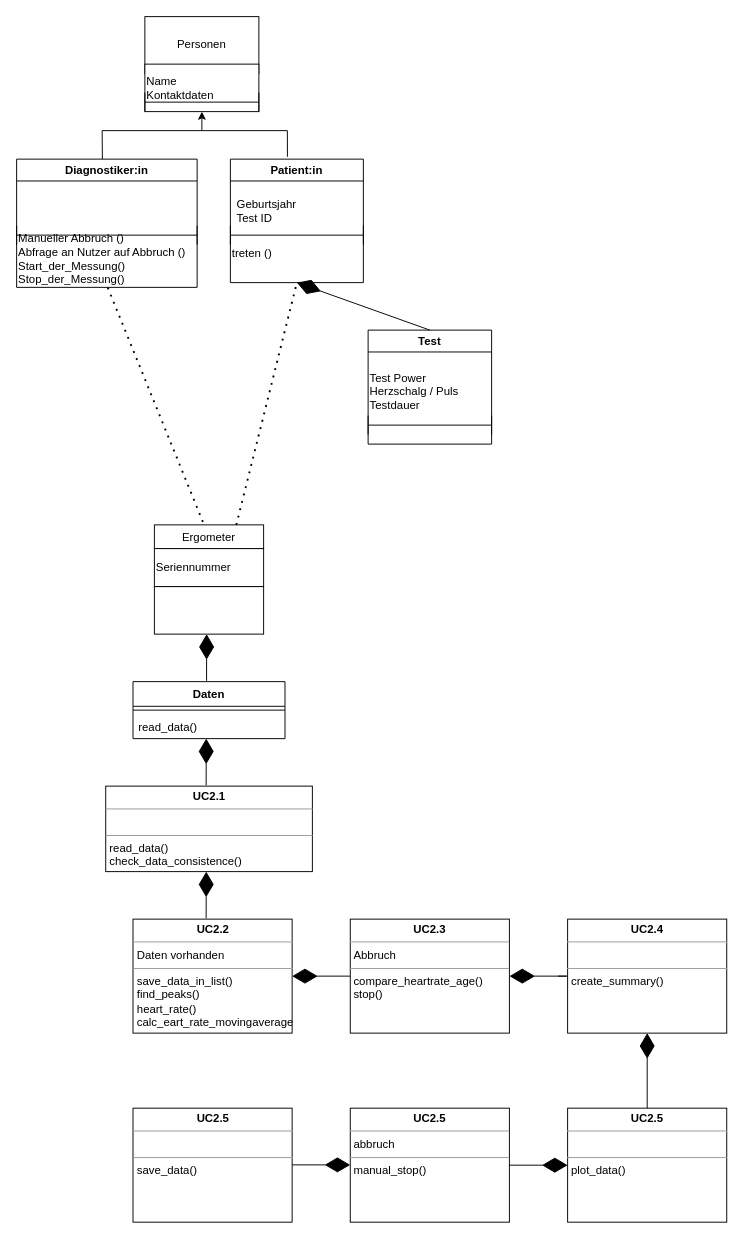
Before: PÜ3/UMLDiagram.drawio in lillinml/MCI-MSE_Aufgaben, a draw.io diagram. Source tidied: cells renumbered, new cells numbered last; positions are measured from the earlier drawing's top-left corner, leaving out a move shared by most shapes. Both pictures are drawn from the tidied source at 95%, with x=0, y=0 at pixel (16, 16).
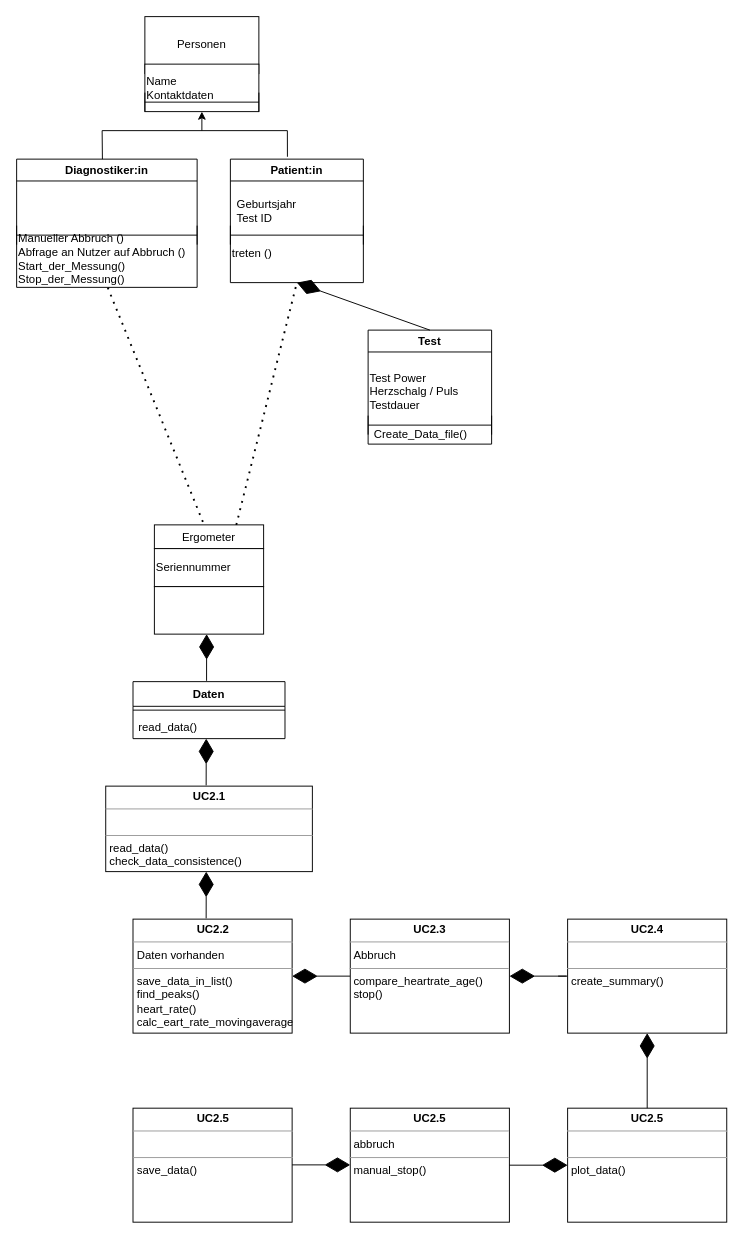
The same page after the edit.

The change refers to these unchanged cells:
```xml
<mxCell id="19" value="Test" style="swimlane;shadow=0;" parent="1" vertex="1">
  <mxGeometry x="370" y="330" width="130" height="120" as="geometry" />
</mxCell>
```

The edit, as a diff of the source:
```diff
@@
+    <mxCell id="46" value="Create_Data_file()" style="text;html=1;align=center;verticalAlign=middle;strokeColor=none;fillColor=none;" parent="19" vertex="1">
+      <mxGeometry y="100" width="110" height="20" as="geometry" />
+    </mxCell>
```
